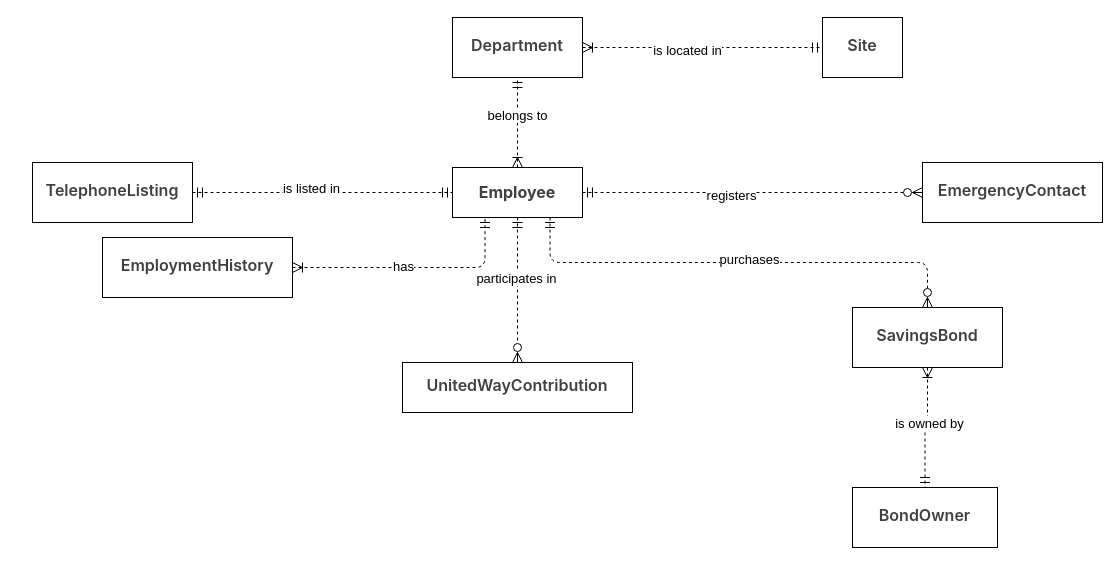
Before: drawio/Context Data Model.drawio in siljing/SAD-Data_Modeling, a draw.io diagram. Source tidied: cells renumbered, new cells numbered last; positions are measured from the earlier drawing's top-left corner, leaving out a move shared by most shapes. Both pictures are drawn from the tidied source at 100%, with x=0, y=0 at pixel (32, 17).
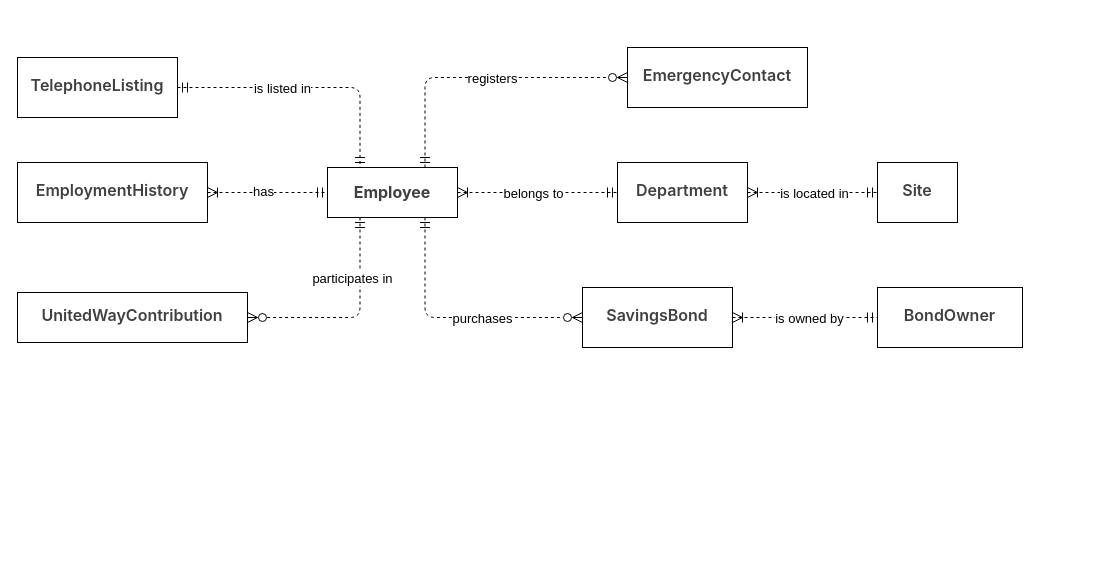
The same diagram, later.

Unchanged cells that the change refers to:
```xml
<mxCell id="24" style="edgeStyle=orthogonalEdgeStyle;html=1;dashed=1;labelBackgroundColor=none;startArrow=ERoneToMany;endArrow=ERmandOne;fontFamily=Verdana;fontSize=12;align=left;entryX=0;entryY=0.5;exitX=1;exitY=0.5;exitDx=0;exitDy=0;endSize=8;startSize=8;endFill=0;startFill=0;" parent="1" edge="1" source="21" target="26">
  <mxGeometry relative="1" as="geometry" />
</mxCell>
```

What changed in the source:
```diff
@@
     <mxCell id="2" value="&lt;div&gt;&lt;span style=&quot;font-weight: 600; color: rgb(64, 64, 64); font-family: quote-cjk-patch, Inter, system-ui, -apple-system, BlinkMacSystemFont, &amp;quot;Segoe UI&amp;quot;, Roboto, &amp;quot;Noto Sans&amp;quot;, Ubuntu, Cantarell, &amp;quot;Helvetica Neue&amp;quot;, Oxygen, &amp;quot;Open Sans&amp;quot;, sans-serif; font-size: 16.002px; text-wrap-mode: wrap; background-color: rgb(255, 255, 255);&quot;&gt;&lt;br&gt;&lt;/span&gt;&lt;/div&gt;&lt;span style=&quot;font-weight: 600; color: rgb(64, 64, 64); font-family: quote-cjk-patch, Inter, system-ui, -apple-system, BlinkMacSystemFont, &amp;quot;Segoe UI&amp;quot;, Roboto, &amp;quot;Noto Sans&amp;quot;, Ubuntu, Cantarell, &amp;quot;Helvetica Neue&amp;quot;, Oxygen, &amp;quot;Open Sans&amp;quot;, sans-serif; font-size: 16.002px; text-wrap-mode: wrap; background-color: rgb(255, 255, 255);&quot;&gt;TelephoneListing&lt;/span&gt;" style="verticalAlign=top;align=center;overflow=fill;html=1;rounded=0;shadow=0;comic=0;labelBackgroundColor=none;strokeWidth=1;fontFamily=Verdana;fontSize=12;" parent="1" vertex="1">
-      <mxGeometry y="145" width="160" height="60" as="geometry" />
+      <mxGeometry x="-15" y="40" width="160" height="60" as="geometry" />
     </mxCell>
-    <mxCell id="3" style="edgeStyle=orthogonalEdgeStyle;html=1;entryX=0.5;entryY=0;dashed=1;labelBackgroundColor=none;startArrow=ERmandOne;endArrow=ERzeroToMany;fontFamily=Verdana;fontSize=12;align=left;endSize=8;startSize=8;endFill=0;" parent="1" edge="1" source="9" target="16">
+    <mxCell id="3" style="edgeStyle=orthogonalEdgeStyle;html=1;entryX=1;entryY=0.5;dashed=1;labelBackgroundColor=none;startArrow=ERmandOne;endArrow=ERzeroToMany;fontFamily=Verdana;fontSize=12;align=left;endSize=8;startSize=8;endFill=0;exitX=0.25;exitY=1;exitDx=0;exitDy=0;entryDx=0;entryDy=0;" parent="1" edge="1" source="9" target="16">
       <mxGeometry relative="1" as="geometry" />
     </mxCell>
     <mxCell id="4" value="&lt;span&gt;participates in&lt;/span&gt;" style="edgeLabel;html=1;align=center;verticalAlign=middle;labelBackgroundColor=#FFFFFF;fontSize=13;" parent="3" vertex="1">
-      <mxGeometry x="-0.17" y="-2" relative="1" as="geometry" />
+      <mxGeometry x="-0.17" y="-2" relative="1" as="geometry">
+        <mxPoint x="-6" y="-28" as="offset" />
+      </mxGeometry>
     </mxCell>
-    <mxCell id="5" style="edgeStyle=orthogonalEdgeStyle;html=1;dashed=1;labelBackgroundColor=none;startArrow=ERmandOne;endArrow=ERzeroToMany;fontFamily=Verdana;fontSize=12;align=left;exitX=1;exitY=0.5;exitDx=0;exitDy=0;endSize=8;startSize=8;endFill=0;" parent="1" edge="1" source="9">
-      <mxGeometry relative="1" as="geometry">
-        <mxPoint x="890" y="175" as="targetPoint" />
-      </mxGeometry>
+    <mxCell id="5" style="edgeStyle=orthogonalEdgeStyle;html=1;dashed=1;labelBackgroundColor=none;startArrow=ERmandOne;endArrow=ERzeroToMany;fontFamily=Verdana;fontSize=12;align=left;exitX=0.75;exitY=0;exitDx=0;exitDy=0;endSize=8;startSize=8;endFill=0;entryX=0;entryY=0.5;entryDx=0;entryDy=0;" parent="1" edge="1" source="9" target="20">
+      <mxGeometry relative="1" as="geometry" />
     </mxCell>
     <mxCell id="6" value="&lt;span&gt;registers&lt;/span&gt;" style="edgeLabel;html=1;align=center;verticalAlign=middle;labelBackgroundColor=#FFFFFF;fontSize=13;" parent="5" vertex="1">
-      <mxGeometry x="-0.13" y="-2" relative="1" as="geometry" />
+      <mxGeometry x="-0.13" y="-2" relative="1" as="geometry">
+        <mxPoint x="30" y="-2" as="offset" />
+      </mxGeometry>
     </mxCell>
-    <mxCell id="7" style="edgeStyle=orthogonalEdgeStyle;html=1;dashed=1;labelBackgroundColor=none;startArrow=ERoneToMany;endArrow=ERmandOne;fontFamily=Verdana;fontSize=12;align=left;startFill=0;entryX=0.5;entryY=1;entryDx=0;entryDy=0;endFill=0;endSize=8;startSize=8;" parent="1" edge="1" source="9" target="21">
+    <mxCell id="7" style="edgeStyle=orthogonalEdgeStyle;html=1;dashed=1;labelBackgroundColor=none;startArrow=ERoneToMany;endArrow=ERmandOne;fontFamily=Verdana;fontSize=12;align=left;startFill=0;entryX=0;entryY=0.5;entryDx=0;entryDy=0;endFill=0;endSize=8;startSize=8;exitX=1;exitY=0.5;exitDx=0;exitDy=0;" parent="1" edge="1" source="9" target="21">
       <mxGeometry relative="1" as="geometry" />
     </mxCell>
     <mxCell id="8" value="belongs to" style="edgeLabel;html=1;align=center;verticalAlign=middle;fontSize=13;" parent="7" vertex="1">
       <mxGeometry x="0.19" y="1" relative="1" as="geometry">
-        <mxPoint y="1" as="offset" />
+        <mxPoint x="-20" y="1" as="offset" />
       </mxGeometry>
     </mxCell>
     <mxCell id="9" value="&lt;h4&gt;&lt;span style=&quot;color: rgb(64, 64, 64); font-family: quote-cjk-patch, Inter, system-ui, -apple-system, BlinkMacSystemFont, &amp;quot;Segoe UI&amp;quot;, Roboto, &amp;quot;Noto Sans&amp;quot;, Ubuntu, Cantarell, &amp;quot;Helvetica Neue&amp;quot;, Oxygen, &amp;quot;Open Sans&amp;quot;, sans-serif; font-size: 16.002px; text-align: left; text-wrap-mode: wrap; background-color: rgb(255, 255, 255);&quot;&gt;Employee&lt;/span&gt;&lt;/h4&gt;" style="verticalAlign=top;align=center;overflow=fill;html=1;rounded=0;shadow=0;comic=0;labelBackgroundColor=none;strokeWidth=1;fontFamily=Verdana;fontSize=12;imageAspect=1;fillOpacity=100;" parent="1" vertex="1">
-      <mxGeometry x="420" y="150" width="130" height="50" as="geometry" />
+      <mxGeometry x="295" y="150" width="130" height="50" as="geometry" />
     </mxCell>
-    <mxCell id="10" style="edgeStyle=orthogonalEdgeStyle;html=1;entryX=0.5;entryY=0;dashed=1;labelBackgroundColor=none;startArrow=ERoneToMany;endArrow=ERmandOne;fontFamily=Verdana;fontSize=12;align=left;exitX=0.5;exitY=1;exitDx=0;exitDy=0;entryDx=0;entryDy=0;endFill=0;startFill=0;endSize=8;startSize=8;" parent="1" edge="1" source="17" target="12">
+    <mxCell id="10" style="edgeStyle=orthogonalEdgeStyle;html=1;entryX=0;entryY=0.5;dashed=1;labelBackgroundColor=none;startArrow=ERoneToMany;endArrow=ERmandOne;fontFamily=Verdana;fontSize=12;align=left;exitX=1;exitY=0.5;exitDx=0;exitDy=0;entryDx=0;entryDy=0;endFill=0;startFill=0;endSize=8;startSize=8;" parent="1" edge="1" source="17" target="12">
       <mxGeometry relative="1" as="geometry" />
     </mxCell>
     <mxCell id="11" value="is owned by" style="edgeLabel;html=1;align=center;verticalAlign=middle;fontSize=13;" parent="10" vertex="1">
       <mxGeometry x="-0.08" y="1" relative="1" as="geometry">
-        <mxPoint y="-1" as="offset" />
+        <mxPoint x="9" y="1" as="offset" />
       </mxGeometry>
     </mxCell>
     <mxCell id="12" value="&lt;div&gt;&lt;span style=&quot;font-weight: 600; color: rgb(64, 64, 64); font-family: quote-cjk-patch, Inter, system-ui, -apple-system, BlinkMacSystemFont, &amp;quot;Segoe UI&amp;quot;, Roboto, &amp;quot;Noto Sans&amp;quot;, Ubuntu, Cantarell, &amp;quot;Helvetica Neue&amp;quot;, Oxygen, &amp;quot;Open Sans&amp;quot;, sans-serif; font-size: 16.002px; text-wrap-mode: wrap; background-color: rgb(255, 255, 255);&quot;&gt;&lt;br&gt;&lt;/span&gt;&lt;/div&gt;&lt;span style=&quot;font-weight: 600; color: rgb(64, 64, 64); font-family: quote-cjk-patch, Inter, system-ui, -apple-system, BlinkMacSystemFont, &amp;quot;Segoe UI&amp;quot;, Roboto, &amp;quot;Noto Sans&amp;quot;, Ubuntu, Cantarell, &amp;quot;Helvetica Neue&amp;quot;, Oxygen, &amp;quot;Open Sans&amp;quot;, sans-serif; font-size: 16.002px; text-wrap-mode: wrap; background-color: rgb(255, 255, 255);&quot;&gt;BondOwner&lt;/span&gt;" style="verticalAlign=top;align=center;overflow=fill;html=1;rounded=0;shadow=0;comic=0;labelBackgroundColor=none;strokeWidth=1;fontFamily=Verdana;fontSize=12;" parent="1" vertex="1">
-      <mxGeometry x="820" y="470" width="145" height="60" as="geometry" />
+      <mxGeometry x="845" y="270" width="145" height="60" as="geometry" />
     </mxCell>
-    <mxCell id="13" style="edgeStyle=orthogonalEdgeStyle;html=1;entryX=0.25;entryY=1;labelBackgroundColor=none;startArrow=ERoneToMany;endArrow=ERmandOne;fontFamily=Verdana;fontSize=12;align=left;entryDx=0;entryDy=0;startFill=0;endFill=0;dashed=1;endSize=8;startSize=8;" parent="1" edge="1" source="15" target="9">
+    <mxCell id="13" style="edgeStyle=orthogonalEdgeStyle;html=1;entryX=0;entryY=0.5;labelBackgroundColor=none;startArrow=ERoneToMany;endArrow=ERmandOne;fontFamily=Verdana;fontSize=12;align=left;entryDx=0;entryDy=0;startFill=0;endFill=0;dashed=1;endSize=8;startSize=8;" parent="1" edge="1" source="15" target="9">
       <mxGeometry relative="1" as="geometry" />
     </mxCell>
@@
     <mxCell id="15" value="&lt;div&gt;&lt;span style=&quot;font-weight: 600; color: rgb(64, 64, 64); font-family: quote-cjk-patch, Inter, system-ui, -apple-system, BlinkMacSystemFont, &amp;quot;Segoe UI&amp;quot;, Roboto, &amp;quot;Noto Sans&amp;quot;, Ubuntu, Cantarell, &amp;quot;Helvetica Neue&amp;quot;, Oxygen, &amp;quot;Open Sans&amp;quot;, sans-serif; font-size: 16.002px; text-wrap-mode: wrap; background-color: rgb(255, 255, 255);&quot;&gt;&lt;br&gt;&lt;/span&gt;&lt;/div&gt;&lt;span style=&quot;font-weight: 600; color: rgb(64, 64, 64); font-family: quote-cjk-patch, Inter, system-ui, -apple-system, BlinkMacSystemFont, &amp;quot;Segoe UI&amp;quot;, Roboto, &amp;quot;Noto Sans&amp;quot;, Ubuntu, Cantarell, &amp;quot;Helvetica Neue&amp;quot;, Oxygen, &amp;quot;Open Sans&amp;quot;, sans-serif; font-size: 16.002px; text-wrap-mode: wrap; background-color: rgb(255, 255, 255);&quot;&gt;EmploymentHistory&lt;/span&gt;" style="verticalAlign=top;align=center;overflow=fill;html=1;rounded=0;shadow=0;comic=0;labelBackgroundColor=none;strokeWidth=1;fontFamily=Verdana;fontSize=12;" parent="1" vertex="1">
-      <mxGeometry x="70" y="220" width="190" height="60" as="geometry" />
+      <mxGeometry x="-15" y="145" width="190" height="60" as="geometry" />
     </mxCell>
     <mxCell id="16" value="&lt;div&gt;&lt;br&gt;&lt;/div&gt;&lt;div&gt;&lt;span style=&quot;font-weight: 600; color: rgb(64, 64, 64); font-family: quote-cjk-patch, Inter, system-ui, -apple-system, BlinkMacSystemFont, &amp;quot;Segoe UI&amp;quot;, Roboto, &amp;quot;Noto Sans&amp;quot;, Ubuntu, Cantarell, &amp;quot;Helvetica Neue&amp;quot;, Oxygen, &amp;quot;Open Sans&amp;quot;, sans-serif; font-size: 16.002px; text-wrap-mode: wrap; background-color: rgb(255, 255, 255);&quot;&gt;UnitedWayContribution&lt;/span&gt;&lt;/div&gt;" style="verticalAlign=top;align=center;overflow=fill;html=1;rounded=0;shadow=0;comic=0;labelBackgroundColor=none;strokeWidth=1;fontFamily=Verdana;fontSize=12;" parent="1" vertex="1">
-      <mxGeometry x="370" y="345" width="230" height="50" as="geometry" />
+      <mxGeometry x="-15" y="275" width="230" height="50" as="geometry" />
     </mxCell>
     <mxCell id="17" value="&lt;div&gt;&lt;span style=&quot;font-weight: 600; color: rgb(64, 64, 64); font-family: quote-cjk-patch, Inter, system-ui, -apple-system, BlinkMacSystemFont, &amp;quot;Segoe UI&amp;quot;, Roboto, &amp;quot;Noto Sans&amp;quot;, Ubuntu, Cantarell, &amp;quot;Helvetica Neue&amp;quot;, Oxygen, &amp;quot;Open Sans&amp;quot;, sans-serif; font-size: 16.002px; text-wrap-mode: wrap; background-color: rgb(255, 255, 255);&quot;&gt;&lt;br&gt;&lt;/span&gt;&lt;/div&gt;&lt;span style=&quot;font-weight: 600; color: rgb(64, 64, 64); font-family: quote-cjk-patch, Inter, system-ui, -apple-system, BlinkMacSystemFont, &amp;quot;Segoe UI&amp;quot;, Roboto, &amp;quot;Noto Sans&amp;quot;, Ubuntu, Cantarell, &amp;quot;Helvetica Neue&amp;quot;, Oxygen, &amp;quot;Open Sans&amp;quot;, sans-serif; font-size: 16.002px; text-wrap-mode: wrap; background-color: rgb(255, 255, 255);&quot;&gt;SavingsBond&lt;/span&gt;" style="verticalAlign=top;align=center;overflow=fill;html=1;rounded=0;shadow=0;comic=0;labelBackgroundColor=none;strokeWidth=1;fontFamily=Verdana;fontSize=12;" parent="1" vertex="1">
-      <mxGeometry x="820" y="290" width="150" height="60" as="geometry" />
+      <mxGeometry x="550" y="270" width="150" height="60" as="geometry" />
     </mxCell>
-    <mxCell id="18" style="edgeStyle=orthogonalEdgeStyle;html=1;entryX=0.5;entryY=0;dashed=1;labelBackgroundColor=none;startArrow=ERmandOne;endArrow=ERzeroToMany;fontFamily=Verdana;fontSize=12;align=left;exitX=0.75;exitY=1;exitDx=0;exitDy=0;endSize=8;startSize=8;endFill=0;" parent="1" edge="1" source="9" target="17">
+    <mxCell id="18" style="edgeStyle=orthogonalEdgeStyle;html=1;entryX=0;entryY=0.5;dashed=1;labelBackgroundColor=none;startArrow=ERmandOne;endArrow=ERzeroToMany;fontFamily=Verdana;fontSize=12;align=left;exitX=0.75;exitY=1;exitDx=0;exitDy=0;endSize=8;startSize=8;endFill=0;entryDx=0;entryDy=0;" parent="1" edge="1" source="9" target="17">
       <mxGeometry relative="1" as="geometry" />
     </mxCell>
     <mxCell id="19" value="purchases" style="edgeLabel;html=1;align=center;verticalAlign=middle;fontSize=13;" parent="18" vertex="1">
       <mxGeometry x="0.04" y="4" relative="1" as="geometry">
-        <mxPoint x="1" as="offset" />
+        <mxPoint x="23" y="4" as="offset" />
       </mxGeometry>
     </mxCell>
     <mxCell id="20" value="&lt;div&gt;&lt;span style=&quot;font-weight: 600; color: rgb(64, 64, 64); font-family: quote-cjk-patch, Inter, system-ui, -apple-system, BlinkMacSystemFont, &amp;quot;Segoe UI&amp;quot;, Roboto, &amp;quot;Noto Sans&amp;quot;, Ubuntu, Cantarell, &amp;quot;Helvetica Neue&amp;quot;, Oxygen, &amp;quot;Open Sans&amp;quot;, sans-serif; font-size: 16.002px; text-wrap-mode: wrap; background-color: rgb(255, 255, 255);&quot;&gt;&lt;br&gt;&lt;/span&gt;&lt;/div&gt;&lt;span style=&quot;font-weight: 600; color: rgb(64, 64, 64); font-family: quote-cjk-patch, Inter, system-ui, -apple-system, BlinkMacSystemFont, &amp;quot;Segoe UI&amp;quot;, Roboto, &amp;quot;Noto Sans&amp;quot;, Ubuntu, Cantarell, &amp;quot;Helvetica Neue&amp;quot;, Oxygen, &amp;quot;Open Sans&amp;quot;, sans-serif; font-size: 16.002px; text-wrap-mode: wrap; background-color: rgb(255, 255, 255);&quot;&gt;&lt;div style=&quot;text-align: center;&quot;&gt;EmergencyContact&lt;/div&gt;&lt;/span&gt;" style="verticalAlign=top;align=left;overflow=fill;html=1;rounded=0;shadow=0;comic=0;labelBackgroundColor=none;strokeWidth=1;fontFamily=Verdana;fontSize=12;" parent="1" vertex="1">
-      <mxGeometry x="890" y="145" width="180" height="60" as="geometry" />
+      <mxGeometry x="595" y="30" width="180" height="60" as="geometry" />
     </mxCell>
     <mxCell id="21" value="&lt;div&gt;&lt;span style=&quot;background-color: light-dark(rgb(255, 255, 255), rgb(18, 18, 18)); color: light-dark(rgb(64, 64, 64), rgb(182, 182, 182)); font-family: quote-cjk-patch, Inter, system-ui, -apple-system, BlinkMacSystemFont, &amp;quot;Segoe UI&amp;quot;, Roboto, &amp;quot;Noto Sans&amp;quot;, Ubuntu, Cantarell, &amp;quot;Helvetica Neue&amp;quot;, Oxygen, &amp;quot;Open Sans&amp;quot;, sans-serif; font-size: 16.002px; font-weight: 600; text-wrap-mode: wrap;&quot;&gt;&lt;br&gt;&lt;/span&gt;&lt;/div&gt;&lt;div&gt;&lt;span style=&quot;background-color: light-dark(rgb(255, 255, 255), rgb(18, 18, 18)); color: light-dark(rgb(64, 64, 64), rgb(182, 182, 182)); font-family: quote-cjk-patch, Inter, system-ui, -apple-system, BlinkMacSystemFont, &amp;quot;Segoe UI&amp;quot;, Roboto, &amp;quot;Noto Sans&amp;quot;, Ubuntu, Cantarell, &amp;quot;Helvetica Neue&amp;quot;, Oxygen, &amp;quot;Open Sans&amp;quot;, sans-serif; font-size: 16.002px; font-weight: 600; text-wrap-mode: wrap;&quot;&gt;Department&lt;/span&gt;&lt;/div&gt;" style="verticalAlign=middle;align=center;overflow=fill;html=1;rounded=0;shadow=0;comic=0;labelBackgroundColor=none;strokeWidth=1;fontFamily=Verdana;fontSize=12;" parent="1" vertex="1">
-      <mxGeometry x="420" width="130" height="60" as="geometry" />
+      <mxGeometry x="585" y="145" width="130" height="60" as="geometry" />
     </mxCell>
-    <mxCell id="22" style="edgeStyle=orthogonalEdgeStyle;html=1;endArrow=ERmandOne;startArrow=ERmandOne;labelBackgroundColor=none;fontFamily=Verdana;fontSize=12;align=left;exitX=1;exitY=0.5;entryX=0;entryY=0.5;entryDx=0;entryDy=0;exitDx=0;exitDy=0;dashed=1;endSize=8;startSize=8;endFill=0;" parent="1" edge="1" source="2" target="9">
+    <mxCell id="22" style="edgeStyle=orthogonalEdgeStyle;html=1;endArrow=ERmandOne;startArrow=ERmandOne;labelBackgroundColor=none;fontFamily=Verdana;fontSize=12;align=left;exitX=1;exitY=0.5;entryX=0.25;entryY=0;entryDx=0;entryDy=0;exitDx=0;exitDy=0;dashed=1;endSize=8;startSize=8;endFill=0;" parent="1" edge="1" source="2" target="9">
       <mxGeometry relative="1" as="geometry" />
     </mxCell>
     <mxCell id="23" value="is listed in" style="edgeLabel;html=1;align=center;verticalAlign=middle;fontSize=13;" parent="22" vertex="1">
-      <mxGeometry x="-0.09" y="5" relative="1" as="geometry" />
+      <mxGeometry x="-0.09" y="5" relative="1" as="geometry">
+        <mxPoint x="-15" y="5" as="offset" />
+      </mxGeometry>
     </mxCell>
@@
     <mxCell id="25" value="&lt;span&gt;is located in&lt;/span&gt;" style="edgeLabel;html=1;align=center;verticalAlign=middle;labelBackgroundColor=#FFFFFF;fontSize=13;" parent="24" vertex="1">
-      <mxGeometry x="-0.13" y="-2" relative="1" as="geometry" />
+      <mxGeometry x="-0.13" y="-2" relative="1" as="geometry">
+        <mxPoint x="9" y="-2" as="offset" />
+      </mxGeometry>
     </mxCell>
     <mxCell id="26" value="&lt;div&gt;&lt;span style=&quot;font-weight: 600; color: rgb(64, 64, 64); font-family: quote-cjk-patch, Inter, system-ui, -apple-system, BlinkMacSystemFont, &amp;quot;Segoe UI&amp;quot;, Roboto, &amp;quot;Noto Sans&amp;quot;, Ubuntu, Cantarell, &amp;quot;Helvetica Neue&amp;quot;, Oxygen, &amp;quot;Open Sans&amp;quot;, sans-serif; font-size: 16.002px; text-wrap-mode: wrap; background-color: rgb(255, 255, 255);&quot;&gt;&lt;br&gt;&lt;/span&gt;&lt;/div&gt;&lt;span style=&quot;font-weight: 600; color: rgb(64, 64, 64); font-family: quote-cjk-patch, Inter, system-ui, -apple-system, BlinkMacSystemFont, &amp;quot;Segoe UI&amp;quot;, Roboto, &amp;quot;Noto Sans&amp;quot;, Ubuntu, Cantarell, &amp;quot;Helvetica Neue&amp;quot;, Oxygen, &amp;quot;Open Sans&amp;quot;, sans-serif; font-size: 16.002px; text-wrap-mode: wrap; background-color: rgb(255, 255, 255);&quot;&gt;&lt;div style=&quot;text-align: center;&quot;&gt;Site&lt;/div&gt;&lt;/span&gt;" style="verticalAlign=top;align=left;overflow=fill;html=1;rounded=0;shadow=0;comic=0;labelBackgroundColor=none;strokeWidth=1;fontFamily=Verdana;fontSize=12;" parent="1" vertex="1">
-      <mxGeometry x="790" width="80" height="60" as="geometry" />
+      <mxGeometry x="845" y="145" width="80" height="60" as="geometry" />
     </mxCell>
```
